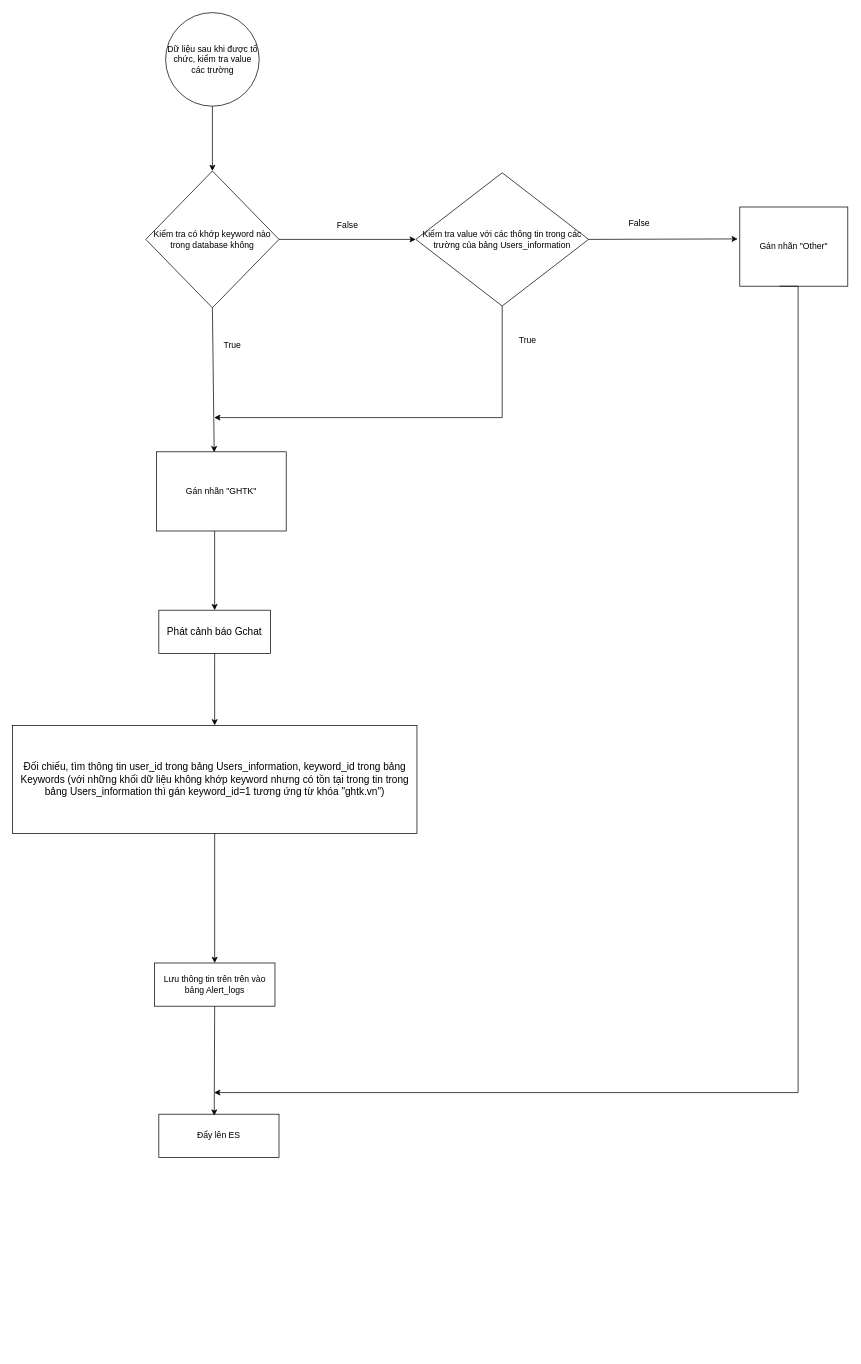
The draw.io diagram biểu đồ hoạt động.drawio in tung23102000/test-ssh, before the edit. Source tidied: cells renumbered, new cells numbered last; positions are measured from the earlier drawing's top-left corner, leaving out a move shared by most shapes. Both pictures are drawn from the tidied source at 72%, with x=0, y=0 at pixel (12, 12).
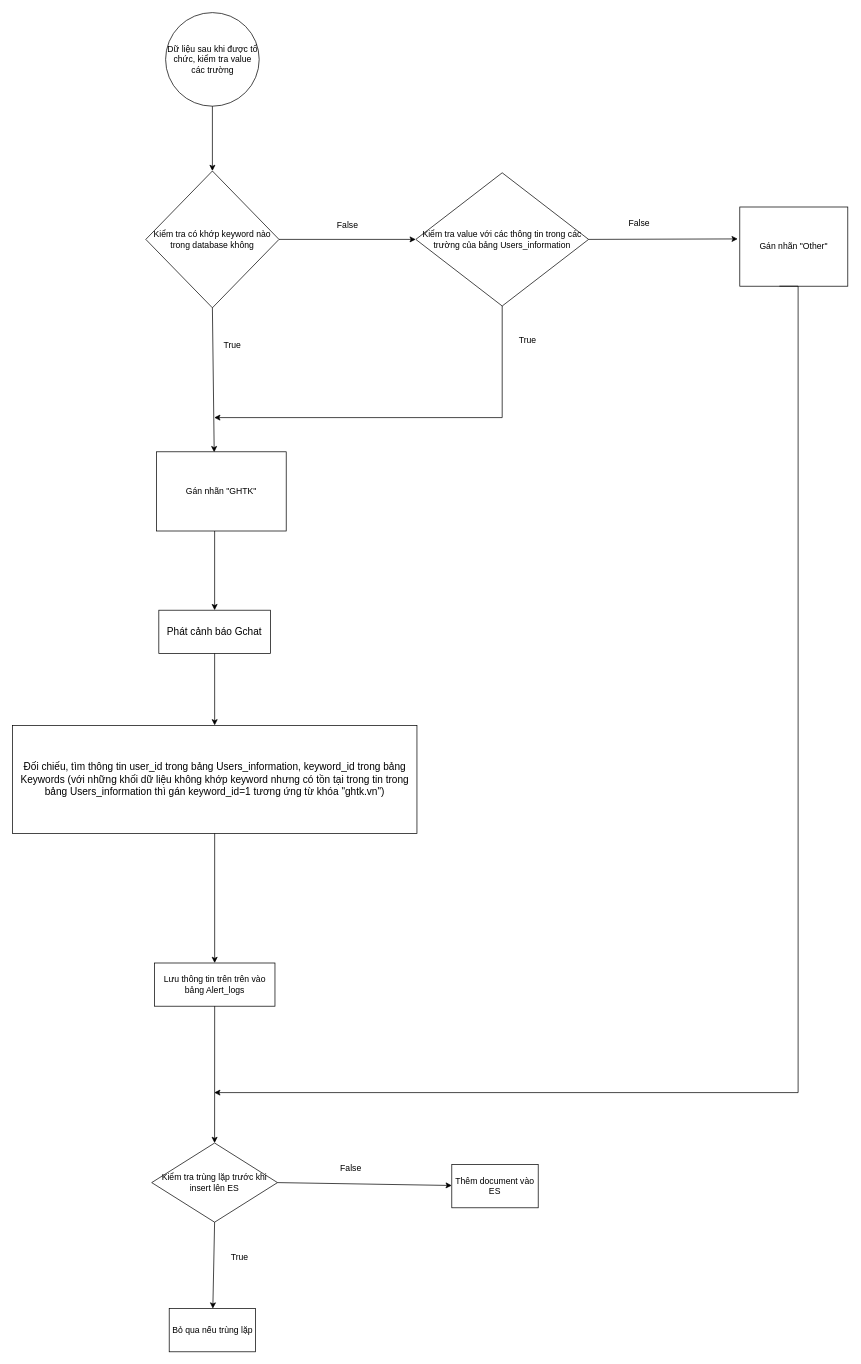
After the change.

Commit message:
Cập nhật biểu đồ hoạt động.drawio

The change refers to these unchanged cells:
```xml
<mxCell id="6" value="Lưu thông tin trên trên vào bảng Alert_logs" style="rounded=0;whiteSpace=wrap;html=1;" parent="1" vertex="1">
  <mxGeometry x="196.9" y="1320" width="167.5" height="60" as="geometry" />
</mxCell>
```

Change to the diagram source:
```diff
@@
-    <mxCell id="16" value="Đẩy lên ES" style="rounded=0;whiteSpace=wrap;html=1;" parent="1" vertex="1">
-      <mxGeometry x="203.1" y="1530" width="166.9" height="60" as="geometry" />
-    </mxCell>
-    <mxCell id="17" style="endArrow=classic;html=1;rounded=0;exitX=0.5;exitY=1;exitDx=0;exitDy=0;entryX=0.461;entryY=0.033;entryDx=0;entryDy=0;entryPerimeter=0;" parent="1" edge="1" source="6" target="16">
+    <mxCell id="17" style="endArrow=classic;html=1;rounded=0;exitX=0.5;exitY=1;exitDx=0;exitDy=0;entryX=0.5;entryY=0;entryDx=0;entryDy=0;" parent="1" edge="1" source="6" target="25">
       <mxGeometry relative="1" as="geometry" />
     </mxCell>
@@
+    <mxCell id="25" value="Kiểm tra trùng lặp trước khi insert lên ES" style="rhombus;whiteSpace=wrap;html=1;" parent="1" vertex="1">
+      <mxGeometry x="193.2" y="1570" width="174.7" height="110" as="geometry" />
+    </mxCell>
+    <mxCell id="26" value="Bỏ qua nếu trùng lặp" style="rounded=0;whiteSpace=wrap;html=1;" parent="1" vertex="1">
+      <mxGeometry x="217.5" y="1800" width="120" height="60" as="geometry" />
+    </mxCell>
+    <mxCell id="27" style="endArrow=classic;html=1;rounded=0;exitX=0.5;exitY=1;exitDx=0;exitDy=0;" parent="1" edge="1" source="25" target="26">
+      <mxGeometry relative="1" as="geometry" />
+    </mxCell>
+    <mxCell id="28" style="endArrow=classic;html=1;rounded=0;exitX=1;exitY=0.5;exitDx=0;exitDy=0;" parent="1" edge="1" source="25" target="29">
+      <mxGeometry relative="1" as="geometry" />
+    </mxCell>
+    <mxCell id="29" value="Thêm document vào ES" style="rounded=0;whiteSpace=wrap;html=1;" parent="1" vertex="1">
+      <mxGeometry x="610" y="1600" width="120" height="60" as="geometry" />
+    </mxCell>
+    <mxCell id="30" value="False" style="text;html=1;strokeColor=none;fillColor=none;align=center;verticalAlign=middle;whiteSpace=wrap;rounded=0;" parent="1" vertex="1">
+      <mxGeometry x="440" y="1590" width="60" height="30" as="geometry" />
+    </mxCell>
+    <mxCell id="31" value="True" style="text;html=1;align=center;verticalAlign=middle;strokeColor=none;fillColor=none;" parent="1" vertex="1">
+      <mxGeometry x="290" y="1714" width="50" height="30" as="geometry" />
+    </mxCell>
```
